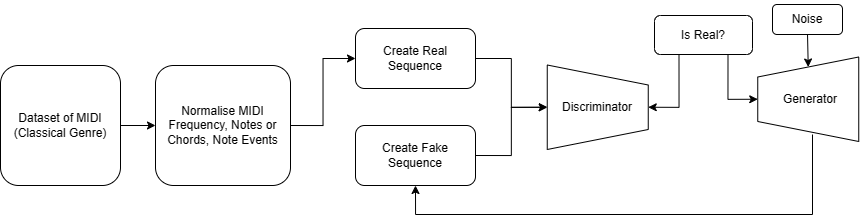
Earlier version of the draw.io export static/gan.png (ajbuchholz/CSC3094-Music-GAN-Dissertation). Source tidied: cells renumbered, new cells last; positions are measured from the earlier drawing's top-left corner, leaving out a move shared by most shapes. Source of this version:
```xml
<mxGraphModel>
  <root>
    <mxCell id="0" />
    <mxCell id="1" parent="0" />
    <mxCell id="2" style="shape=trapezoid;perimeter=trapezoidPerimeter;whiteSpace=wrap;html=1;fixedSize=1;rotation=-90;" parent="1" vertex="1">
      <mxGeometry x="765.5" y="44.2" width="84.5" height="101" as="geometry" />
    </mxCell>
    <mxCell id="3" style="edgeStyle=orthogonalEdgeStyle;rounded=0;jettySize=auto;html=1;exitX=1;exitY=0.5;exitDx=0;exitDy=0;entryX=0.5;entryY=1;entryDx=0;entryDy=0;" parent="1" edge="1" source="4" target="18">
      <mxGeometry relative="1" as="geometry" />
    </mxCell>
    <mxCell id="4" value="&lt;p&gt;Create Real Sequence&lt;/p&gt;" style="rounded=1;whiteSpace=wrap;html=1;" parent="1" vertex="1">
      <mxGeometry x="355" y="24" width="120" height="60" as="geometry" />
    </mxCell>
    <mxCell id="5" style="edgeStyle=orthogonalEdgeStyle;rounded=0;jettySize=auto;html=1;exitX=1;exitY=0.5;exitDx=0;exitDy=0;entryX=0;entryY=0.5;entryDx=0;entryDy=0;" parent="1" edge="1" source="6" target="8">
      <mxGeometry relative="1" as="geometry" />
    </mxCell>
    <mxCell id="6" value="Dataset of MIDI (Classical Genre)" style="rounded=1;whiteSpace=wrap;html=1;" parent="1" vertex="1">
      <mxGeometry y="61" width="120" height="120" as="geometry" />
    </mxCell>
    <mxCell id="7" style="edgeStyle=orthogonalEdgeStyle;rounded=0;jettySize=auto;html=1;exitX=1;exitY=0.5;exitDx=0;exitDy=0;entryX=0;entryY=0.5;entryDx=0;entryDy=0;" parent="1" edge="1" source="8" target="4">
      <mxGeometry relative="1" as="geometry" />
    </mxCell>
    <mxCell id="8" value="Normalise MIDI&lt;div&gt;Frequency, Notes or Chords, Note Events&lt;/div&gt;" style="rounded=1;whiteSpace=wrap;html=1;" parent="1" vertex="1">
      <mxGeometry x="155" y="61" width="135" height="120" as="geometry" />
    </mxCell>
    <mxCell id="9" style="edgeStyle=orthogonalEdgeStyle;rounded=0;jettySize=auto;html=1;exitX=1;exitY=0.5;exitDx=0;exitDy=0;entryX=0.5;entryY=1;entryDx=0;entryDy=0;" parent="1" edge="1" source="10" target="18">
      <mxGeometry relative="1" as="geometry" />
    </mxCell>
    <mxCell id="10" value="&lt;p&gt;Create Fake Sequence&lt;/p&gt;" style="rounded=1;whiteSpace=wrap;html=1;" parent="1" vertex="1">
      <mxGeometry x="355" y="121" width="120" height="60" as="geometry" />
    </mxCell>
    <mxCell id="11" style="edgeStyle=orthogonalEdgeStyle;rounded=0;jettySize=auto;html=1;exitX=0.5;exitY=1;exitDx=0;exitDy=0;entryX=0.5;entryY=1;entryDx=0;entryDy=0;" parent="1" edge="1" target="10">
      <mxGeometry relative="1" as="geometry">
        <mxPoint x="812" y="130" as="sourcePoint" />
        <Array as="points">
          <mxPoint x="812" y="210" />
          <mxPoint x="415" y="210" />
        </Array>
      </mxGeometry>
    </mxCell>
    <mxCell id="12" style="edgeStyle=orthogonalEdgeStyle;rounded=0;jettySize=auto;html=1;exitX=0.5;exitY=1;exitDx=0;exitDy=0;entryX=1;entryY=0.5;entryDx=0;entryDy=0;" parent="1" edge="1" source="13" target="2">
      <mxGeometry relative="1" as="geometry" />
    </mxCell>
    <mxCell id="13" value="&lt;p&gt;Noise&lt;/p&gt;" style="rounded=1;whiteSpace=wrap;html=1;" parent="1" vertex="1">
      <mxGeometry x="772" width="70" height="30" as="geometry" />
    </mxCell>
    <mxCell id="14" style="edgeStyle=orthogonalEdgeStyle;rounded=0;jettySize=auto;html=1;exitX=0.75;exitY=1;exitDx=0;exitDy=0;entryX=0.5;entryY=0;entryDx=0;entryDy=0;" parent="1" edge="1" source="16" target="2">
      <mxGeometry relative="1" as="geometry" />
    </mxCell>
    <mxCell id="15" style="edgeStyle=orthogonalEdgeStyle;rounded=0;jettySize=auto;html=1;exitX=0.25;exitY=1;exitDx=0;exitDy=0;entryX=0.5;entryY=0;entryDx=0;entryDy=0;" parent="1" edge="1" source="16" target="18">
      <mxGeometry relative="1" as="geometry" />
    </mxCell>
    <mxCell id="16" value="&lt;p&gt;Is Real?&lt;/p&gt;" style="rounded=1;whiteSpace=wrap;html=1;" parent="1" vertex="1">
      <mxGeometry x="654" y="11" width="98" height="39" as="geometry" />
    </mxCell>
    <mxCell id="17" value="Generator" style="text;html=1;align=center;verticalAlign=middle;whiteSpace=wrap;rounded=0;" parent="1" vertex="1">
      <mxGeometry x="780" y="79.8" width="60" height="30" as="geometry" />
    </mxCell>
    <mxCell id="18" style="shape=trapezoid;perimeter=trapezoidPerimeter;whiteSpace=wrap;html=1;fixedSize=1;rotation=90;" parent="1" vertex="1">
      <mxGeometry x="555" y="52.2" width="84.5" height="101" as="geometry" />
    </mxCell>
    <mxCell id="19" value="Discriminator" style="text;html=1;align=center;verticalAlign=middle;whiteSpace=wrap;rounded=0;" parent="1" vertex="1">
      <mxGeometry x="567.2" y="87.8" width="60" height="30" as="geometry" />
    </mxCell>
  </root>
</mxGraphModel>
```
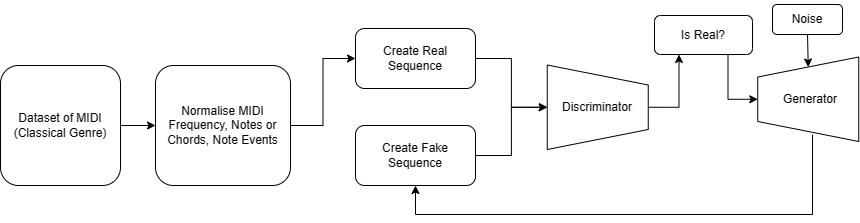
The same diagram one commit later.

Commit message:
Revise presentation and reformat some slides

What changed in the source:
```diff
@@ -47,15 +47,15 @@
     <mxCell id="14" style="edgeStyle=orthogonalEdgeStyle;rounded=0;jettySize=auto;html=1;exitX=0.75;exitY=1;exitDx=0;exitDy=0;entryX=0.5;entryY=0;entryDx=0;entryDy=0;" parent="1" edge="1" source="16" target="2">
       <mxGeometry relative="1" as="geometry" />
     </mxCell>
-    <mxCell id="15" style="edgeStyle=orthogonalEdgeStyle;rounded=0;jettySize=auto;html=1;exitX=0.25;exitY=1;exitDx=0;exitDy=0;entryX=0.5;entryY=0;entryDx=0;entryDy=0;" parent="1" edge="1" source="16" target="18">
-      <mxGeometry relative="1" as="geometry" />
-    </mxCell>
     <mxCell id="16" value="&lt;p&gt;Is Real?&lt;/p&gt;" style="rounded=1;whiteSpace=wrap;html=1;" parent="1" vertex="1">
       <mxGeometry x="654" y="11" width="98" height="39" as="geometry" />
     </mxCell>
     <mxCell id="17" value="Generator" style="text;html=1;align=center;verticalAlign=middle;whiteSpace=wrap;rounded=0;" parent="1" vertex="1">
       <mxGeometry x="780" y="79.8" width="60" height="30" as="geometry" />
     </mxCell>
+    <mxCell id="20" style="edgeStyle=orthogonalEdgeStyle;rounded=0;jettySize=auto;html=1;exitX=0.5;exitY=0;exitDx=0;exitDy=0;entryX=0.25;entryY=1;entryDx=0;entryDy=0;" parent="1" edge="1" source="18" target="16">
+      <mxGeometry relative="1" as="geometry" />
+    </mxCell>
     <mxCell id="18" style="shape=trapezoid;perimeter=trapezoidPerimeter;whiteSpace=wrap;html=1;fixedSize=1;rotation=90;" parent="1" vertex="1">
       <mxGeometry x="555" y="52.2" width="84.5" height="101" as="geometry" />
     </mxCell>
```
